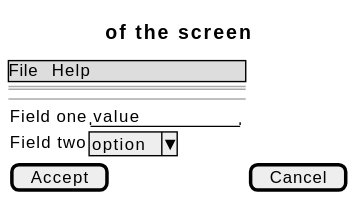
didactika/kampus keeps this PlantUML diagram as docs/01-requirements/use-cases/chooseLanguage/wireframes.svg. Above is the earlier version.
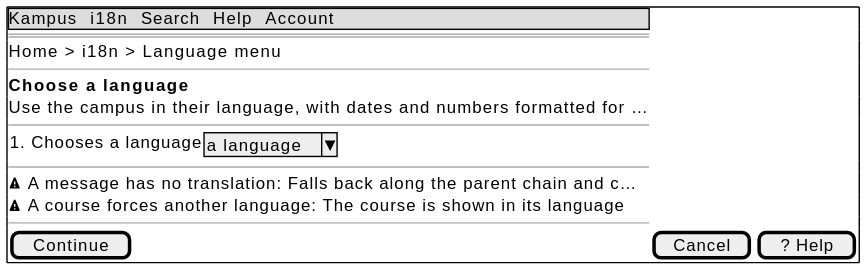
After the commit.

Diff of the diagram source:
```diff
@@ -1,13 +1,19 @@
 @startsalt
-{
-  {* File | Help }
+{+
+  {* Kampus | i18n | Search | Help | Account }
   ==
-  Title of the screen
+  Home > i18n > Language menu
+  --
+  <b>Choose a language
+  Use the campus in their language, with dates and numbers formatted for …
   --
   {
-    Field one | "value        "
-    Field two | ^option^
+    1. Chooses a language | ^a language^
   }
-  [ Accept ] | [ Cancel ]
+  --
+  <&warning> A message has no translation: Falls back along the parent chain and c…
+  <&warning> A course forces another language: The course is shown in its language
+  --
+  [ Continue ] | [ Cancel ] | [ ? Help ]
 }
 @endsalt
```
